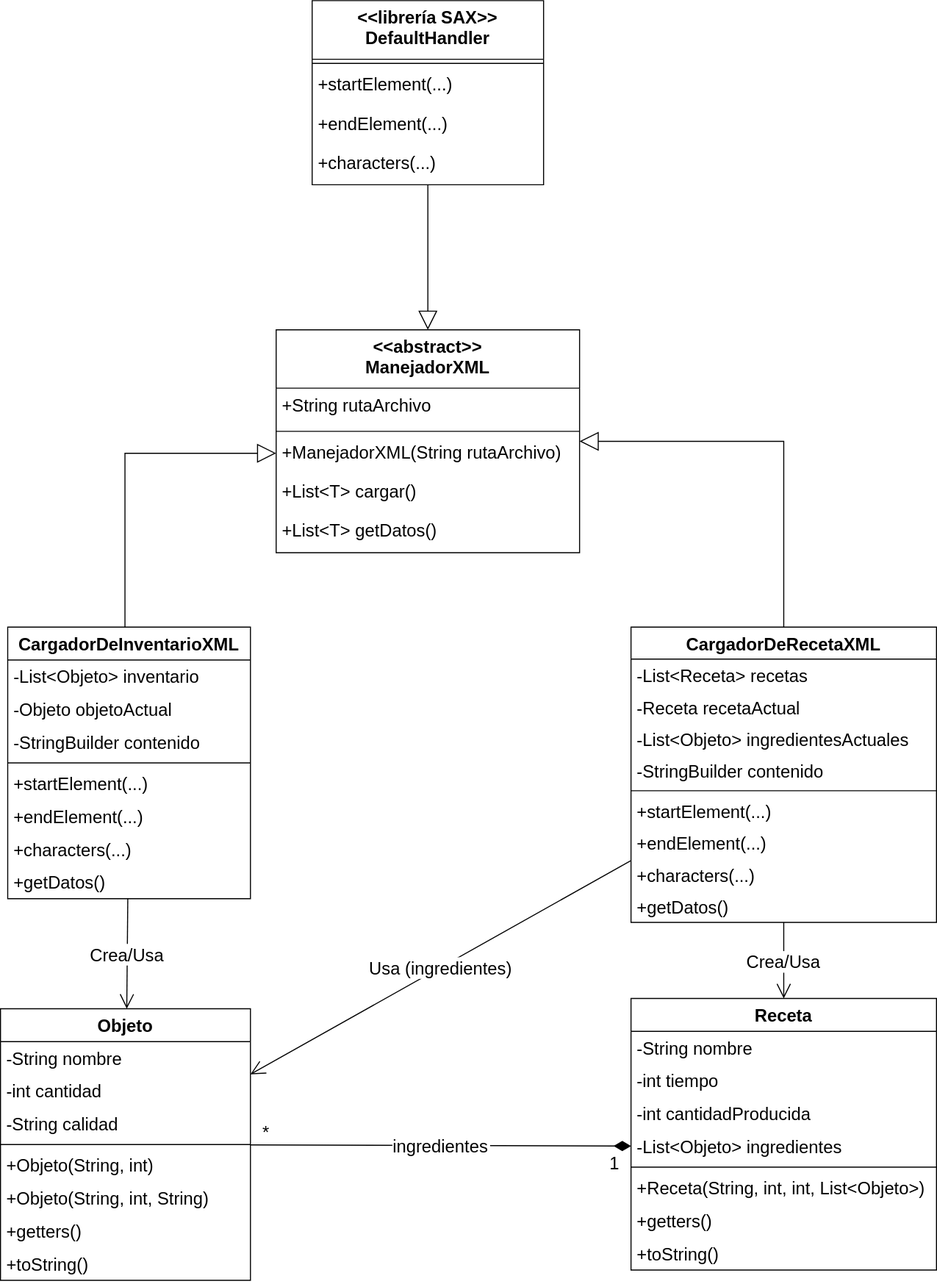
Earlier version of the draw.io export lectorXML.svg (jmc-unlam/TP_Crafting_Files). Source tidied: cells renumbered, new cells last; positions are measured from the earlier drawing's top-left corner, leaving out a move shared by most shapes.
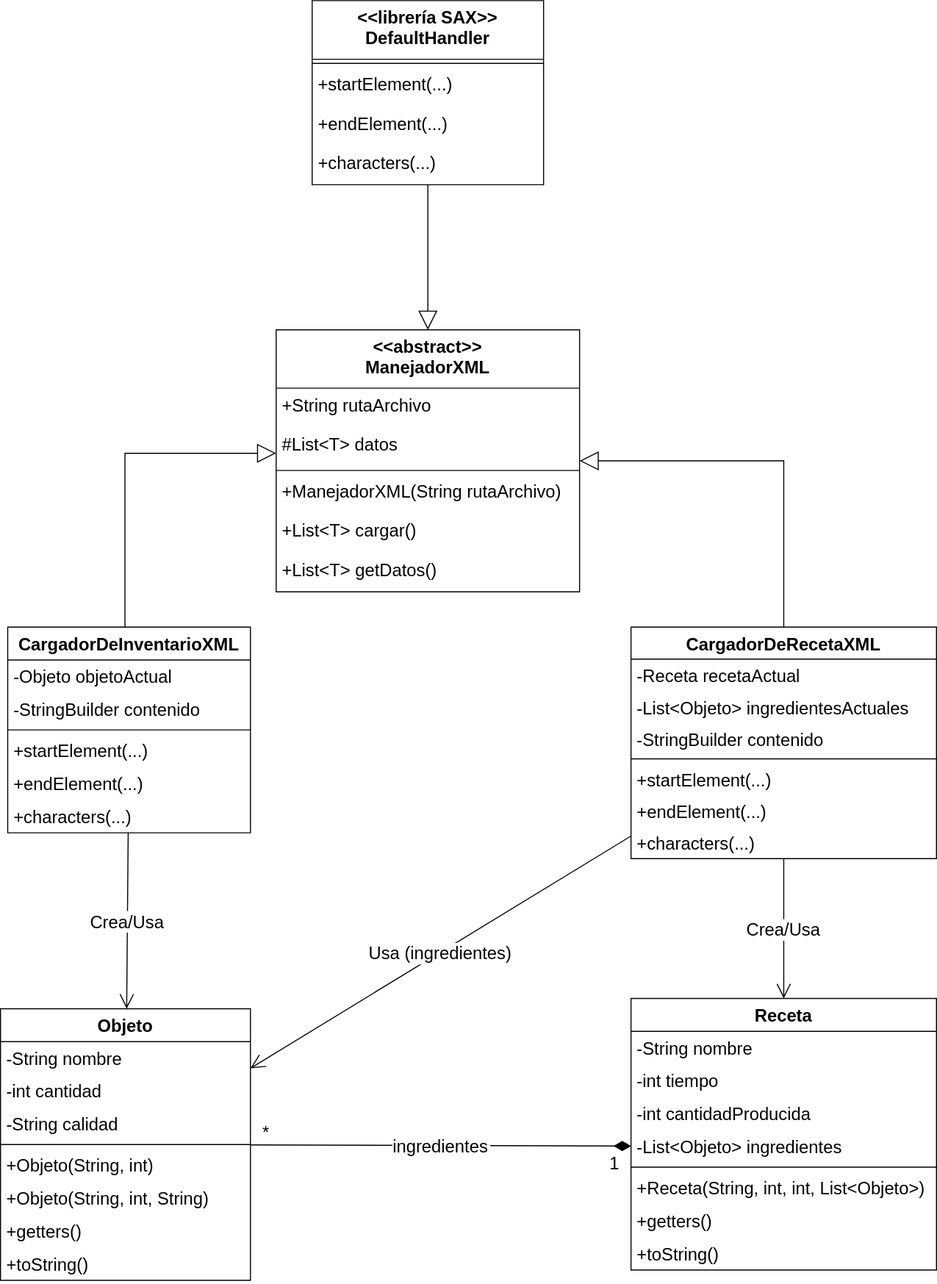
Above is the later version.

Diff of the diagram source:
```diff
@@ -3,80 +3,71 @@
     <mxCell id="0" />
     <mxCell id="1" parent="0" />
     <mxCell id="2" value="&lt;&lt;abstract&gt;&gt;&#10;ManejadorXML" style="swimlane;fontStyle=1;align=center;verticalAlign=top;horizontal=1;startSize=56.727272727272734;fontSize=17;" parent="1" vertex="1">
-      <mxGeometry x="268" y="320" width="295" height="216.7" as="geometry" />
+      <mxGeometry x="268" y="320" width="295" height="254.7" as="geometry" />
     </mxCell>
     <mxCell id="3" value="+String rutaArchivo" style="text;strokeColor=none;fillColor=none;align=left;verticalAlign=top;spacingLeft=4;spacingRight=4;overflow=hidden;fontSize=17;" parent="2" vertex="1">
       <mxGeometry y="56.7" width="295" height="38" as="geometry" />
     </mxCell>
+    <mxCell id="59" value="#List&lt;T&gt; datos" style="text;strokeColor=none;fillColor=none;align=left;verticalAlign=top;spacingLeft=4;spacingRight=4;overflow=hidden;fontSize=17;" parent="2" vertex="1">
+      <mxGeometry y="94.7" width="295" height="38" as="geometry" />
+    </mxCell>
     <mxCell id="4" style="line;strokeWidth=1;fillColor=none;align=left;verticalAlign=middle;spacingTop=-1;spacingLeft=3;spacingRight=3;labelPosition=right;strokeColor=inherit;fontSize=17;" parent="2" vertex="1">
-      <mxGeometry y="94.7" width="295" height="8" as="geometry" />
+      <mxGeometry y="132.7" width="295" height="8" as="geometry" />
     </mxCell>
     <mxCell id="5" value="+ManejadorXML(String rutaArchivo)" style="text;strokeColor=none;fillColor=none;align=left;verticalAlign=top;spacingLeft=4;spacingRight=4;overflow=hidden;fontSize=17;" parent="2" vertex="1">
-      <mxGeometry y="102.7" width="295" height="38" as="geometry" />
+      <mxGeometry y="140.7" width="295" height="38" as="geometry" />
     </mxCell>
     <mxCell id="6" value="+List&lt;T&gt; cargar()" style="text;strokeColor=none;fillColor=none;align=left;verticalAlign=top;spacingLeft=4;spacingRight=4;overflow=hidden;fontSize=17;" parent="2" vertex="1">
-      <mxGeometry y="140.7" width="295" height="38" as="geometry" />
+      <mxGeometry y="178.7" width="295" height="38" as="geometry" />
     </mxCell>
     <mxCell id="7" value="+List&lt;T&gt; getDatos()" style="text;strokeColor=none;fillColor=none;align=left;verticalAlign=top;spacingLeft=4;spacingRight=4;overflow=hidden;fontSize=17;" parent="2" vertex="1">
-      <mxGeometry y="178.7" width="295" height="38" as="geometry" />
+      <mxGeometry y="216.7" width="295" height="38" as="geometry" />
     </mxCell>
     <mxCell id="8" value="CargadorDeInventarioXML" style="swimlane;fontStyle=1;align=center;verticalAlign=top;horizontal=1;startSize=32;fontSize=17;" parent="1" vertex="1">
-      <mxGeometry x="7" y="609" width="236" height="264" as="geometry" />
+      <mxGeometry x="7" y="609" width="236" height="200" as="geometry" />
     </mxCell>
-    <mxCell id="9" value="-List&lt;Objeto&gt; inventario" style="text;strokeColor=none;fillColor=none;align=left;verticalAlign=top;spacingLeft=4;spacingRight=4;overflow=hidden;fontSize=17;" parent="8" vertex="1">
-      <mxGeometry y="32" width="236" height="32" as="geometry" />
-    </mxCell>
     <mxCell id="10" value="-Objeto objetoActual" style="text;strokeColor=none;fillColor=none;align=left;verticalAlign=top;spacingLeft=4;spacingRight=4;overflow=hidden;fontSize=17;" parent="8" vertex="1">
-      <mxGeometry y="64" width="236" height="32" as="geometry" />
+      <mxGeometry y="32" width="236" height="32" as="geometry" />
     </mxCell>
     <mxCell id="11" value="-StringBuilder contenido" style="text;strokeColor=none;fillColor=none;align=left;verticalAlign=top;spacingLeft=4;spacingRight=4;overflow=hidden;fontSize=17;" parent="8" vertex="1">
-      <mxGeometry y="96" width="236" height="32" as="geometry" />
+      <mxGeometry y="64" width="236" height="32" as="geometry" />
     </mxCell>
     <mxCell id="12" style="line;strokeWidth=1;fillColor=none;align=left;verticalAlign=middle;spacingTop=-1;spacingLeft=3;spacingRight=3;labelPosition=right;strokeColor=inherit;fontSize=17;" parent="8" vertex="1">
-      <mxGeometry y="128" width="236" height="8" as="geometry" />
+      <mxGeometry y="96" width="236" height="8" as="geometry" />
     </mxCell>
     <mxCell id="13" value="+startElement(...)" style="text;strokeColor=none;fillColor=none;align=left;verticalAlign=top;spacingLeft=4;spacingRight=4;overflow=hidden;fontSize=17;" parent="8" vertex="1">
-      <mxGeometry y="136" width="236" height="32" as="geometry" />
+      <mxGeometry y="104" width="236" height="32" as="geometry" />
     </mxCell>
     <mxCell id="14" value="+endElement(...)" style="text;strokeColor=none;fillColor=none;align=left;verticalAlign=top;spacingLeft=4;spacingRight=4;overflow=hidden;fontSize=17;" parent="8" vertex="1">
-      <mxGeometry y="168" width="236" height="32" as="geometry" />
+      <mxGeometry y="136" width="236" height="32" as="geometry" />
     </mxCell>
     <mxCell id="15" value="+characters(...)" style="text;strokeColor=none;fillColor=none;align=left;verticalAlign=top;spacingLeft=4;spacingRight=4;overflow=hidden;fontSize=17;" parent="8" vertex="1">
-      <mxGeometry y="200" width="236" height="32" as="geometry" />
+      <mxGeometry y="168" width="236" height="32" as="geometry" />
     </mxCell>
-    <mxCell id="16" value="+getDatos()" style="text;strokeColor=none;fillColor=none;align=left;verticalAlign=top;spacingLeft=4;spacingRight=4;overflow=hidden;fontSize=17;" parent="8" vertex="1">
-      <mxGeometry y="232" width="236" height="32" as="geometry" />
-    </mxCell>
     <mxCell id="17" value="CargadorDeRecetaXML" style="swimlane;fontStyle=1;align=center;verticalAlign=top;horizontal=1;startSize=31.11111111111111;fontSize=17;" parent="1" vertex="1">
-      <mxGeometry x="613" y="609" width="297" height="287.1" as="geometry" />
+      <mxGeometry x="613" y="609" width="297" height="225.1" as="geometry" />
     </mxCell>
-    <mxCell id="18" value="-List&lt;Receta&gt; recetas" style="text;strokeColor=none;fillColor=none;align=left;verticalAlign=top;spacingLeft=4;spacingRight=4;overflow=hidden;fontSize=17;" parent="17" vertex="1">
-      <mxGeometry y="31.1" width="297" height="31" as="geometry" />
-    </mxCell>
     <mxCell id="19" value="-Receta recetaActual" style="text;strokeColor=none;fillColor=none;align=left;verticalAlign=top;spacingLeft=4;spacingRight=4;overflow=hidden;fontSize=17;" parent="17" vertex="1">
-      <mxGeometry y="62.1" width="297" height="31" as="geometry" />
+      <mxGeometry y="31.1" width="297" height="31" as="geometry" />
     </mxCell>
     <mxCell id="20" value="-List&lt;Objeto&gt; ingredientesActuales" style="text;strokeColor=none;fillColor=none;align=left;verticalAlign=top;spacingLeft=4;spacingRight=4;overflow=hidden;fontSize=17;" parent="17" vertex="1">
-      <mxGeometry y="93.1" width="297" height="31" as="geometry" />
+      <mxGeometry y="62.1" width="297" height="31" as="geometry" />
     </mxCell>
     <mxCell id="21" value="-StringBuilder contenido" style="text;strokeColor=none;fillColor=none;align=left;verticalAlign=top;spacingLeft=4;spacingRight=4;overflow=hidden;fontSize=17;" parent="17" vertex="1">
-      <mxGeometry y="124.1" width="297" height="31" as="geometry" />
+      <mxGeometry y="93.1" width="297" height="31" as="geometry" />
     </mxCell>
     <mxCell id="22" style="line;strokeWidth=1;fillColor=none;align=left;verticalAlign=middle;spacingTop=-1;spacingLeft=3;spacingRight=3;labelPosition=right;strokeColor=inherit;fontSize=17;" parent="17" vertex="1">
-      <mxGeometry y="155.1" width="297" height="8" as="geometry" />
+      <mxGeometry y="124.1" width="297" height="8" as="geometry" />
     </mxCell>
     <mxCell id="23" value="+startElement(...)" style="text;strokeColor=none;fillColor=none;align=left;verticalAlign=top;spacingLeft=4;spacingRight=4;overflow=hidden;fontSize=17;" parent="17" vertex="1">
-      <mxGeometry y="163.1" width="297" height="31" as="geometry" />
+      <mxGeometry y="132.1" width="297" height="31" as="geometry" />
     </mxCell>
     <mxCell id="24" value="+endElement(...)" style="text;strokeColor=none;fillColor=none;align=left;verticalAlign=top;spacingLeft=4;spacingRight=4;overflow=hidden;fontSize=17;" parent="17" vertex="1">
-      <mxGeometry y="194.1" width="297" height="31" as="geometry" />
+      <mxGeometry y="163.1" width="297" height="31" as="geometry" />
     </mxCell>
     <mxCell id="25" value="+characters(...)" style="text;strokeColor=none;fillColor=none;align=left;verticalAlign=top;spacingLeft=4;spacingRight=4;overflow=hidden;fontSize=17;" parent="17" vertex="1">
-      <mxGeometry y="225.1" width="297" height="31" as="geometry" />
+      <mxGeometry y="194.1" width="297" height="31" as="geometry" />
     </mxCell>
-    <mxCell id="26" value="+getDatos()" style="text;strokeColor=none;fillColor=none;align=left;verticalAlign=top;spacingLeft=4;spacingRight=4;overflow=hidden;fontSize=17;" parent="17" vertex="1">
-      <mxGeometry y="256.1" width="297" height="31" as="geometry" />
-    </mxCell>
     <mxCell id="27" value="Objeto" style="swimlane;fontStyle=1;align=center;verticalAlign=top;horizontal=1;startSize=32;fontSize=17;" parent="1" vertex="1">
       <mxGeometry y="980" width="243" height="264" as="geometry" />
     </mxCell>
```
